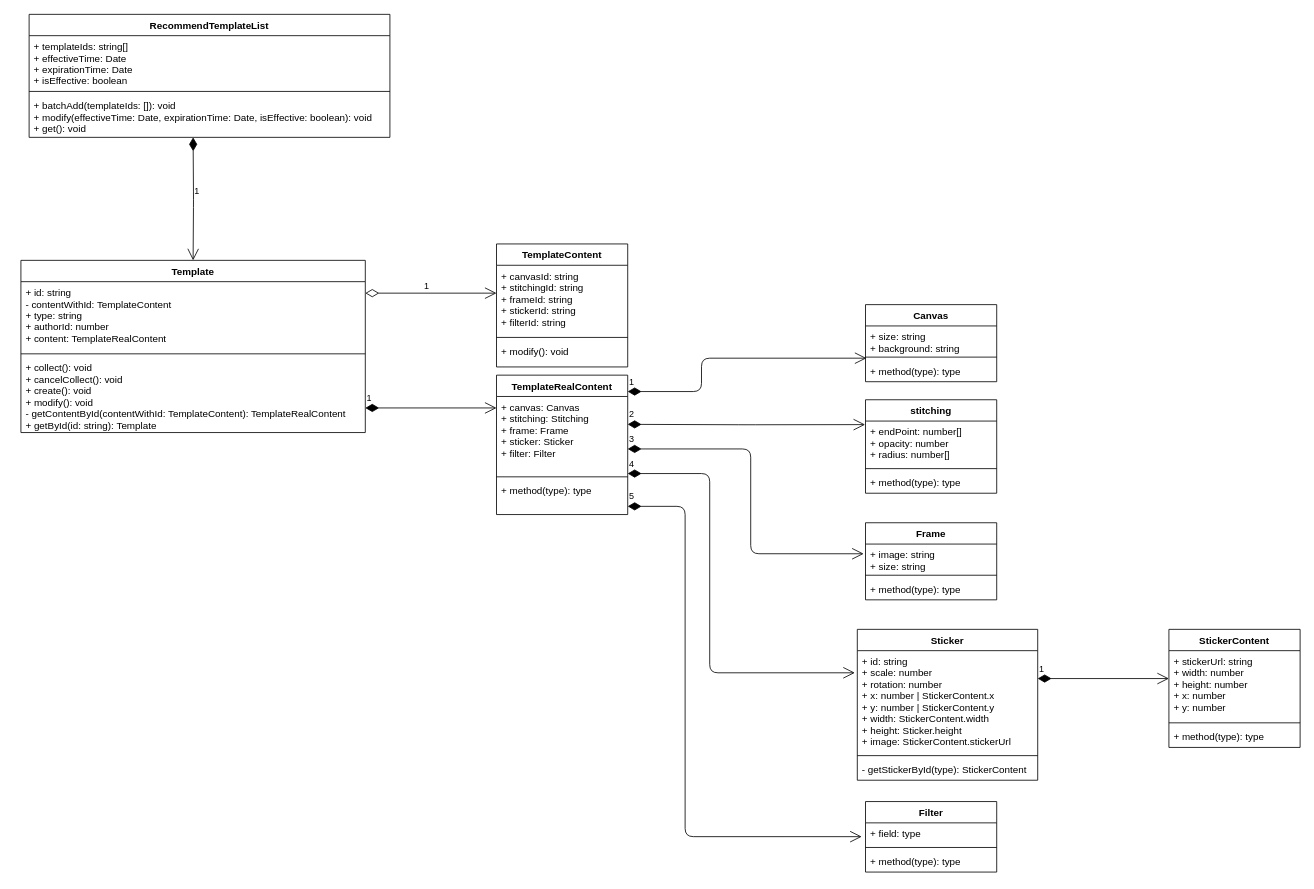
Earlier version of the draw.io diagram duitangFE/图文工具后台.drawio (HiWayne/UMLDesign). Source tidied: cells renumbered, new cells numbered last; positions are measured from the earlier drawing's top-left corner, leaving out a move shared by most shapes. Both pictures are drawn from the tidied source at 82%, with x=0, y=0 at pixel (20, 14).
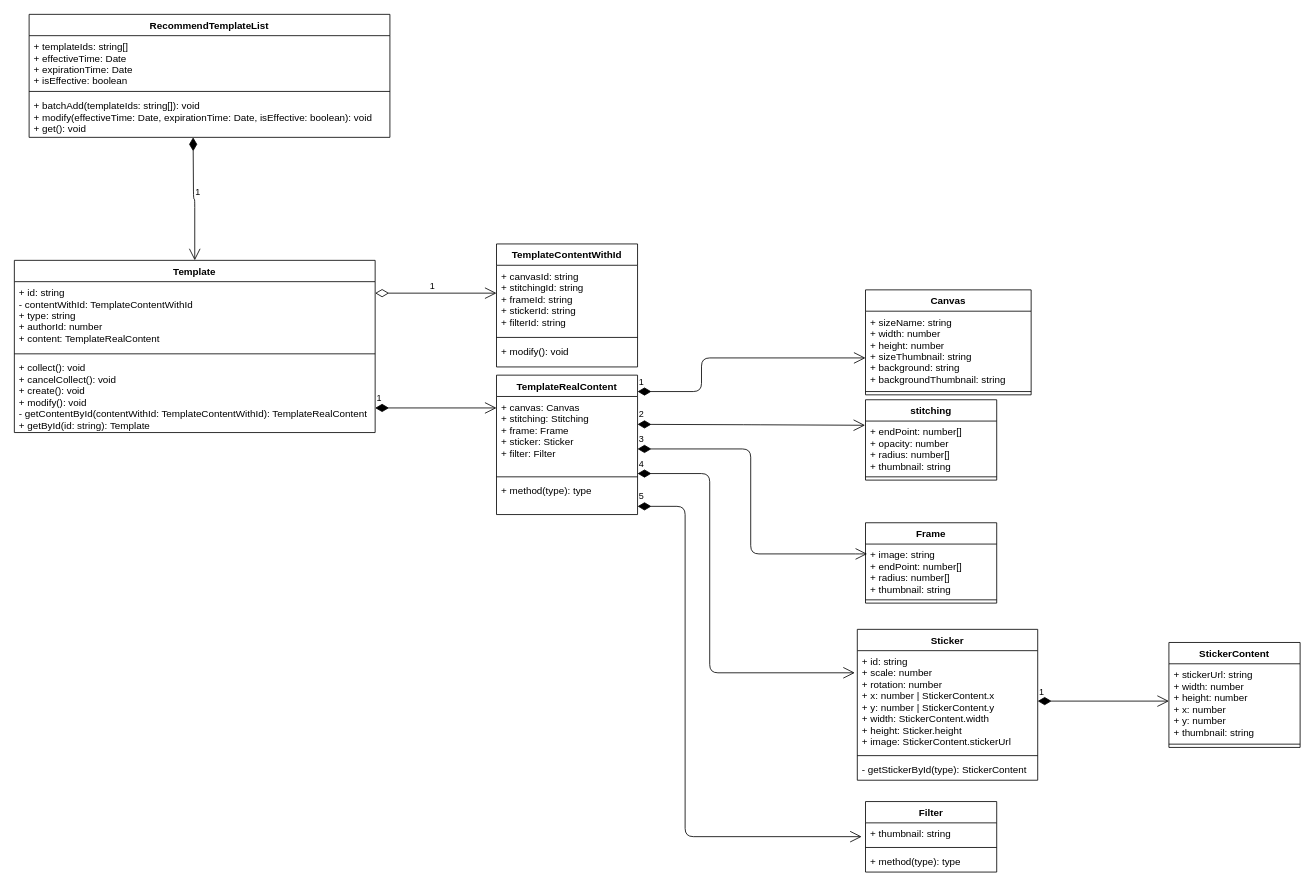
After the change.

Commit message:
Update 图文工具后台.drawio

The change refers to these unchanged cells:
```xml
<mxCell id="6" value="RecommendTemplateList" style="swimlane;fontStyle=1;align=center;verticalAlign=top;horizontal=1;startSize=26;" parent="1" vertex="1">
  <mxGeometry x="10" width="440" height="150" as="geometry" />
</mxCell>
<mxCell id="42" value="Filter" style="swimlane;fontStyle=1;align=center;verticalAlign=top;horizontal=1;startSize=26;html=0;" parent="1" vertex="1">
  <mxGeometry x="1030" y="960" width="160" height="86" as="geometry" />
</mxCell>
```

The edit, as a diff of the source:
```diff
@@
     <mxCell id="2" value="Template" style="swimlane;fontStyle=1;align=center;verticalAlign=top;horizontal=1;startSize=26;" parent="1" vertex="1">
-      <mxGeometry y="300" width="420" height="210" as="geometry" />
+      <mxGeometry x="-8" y="300" width="440" height="210" as="geometry" />
     </mxCell>
-    <mxCell id="3" value="+ id: string&#10;- contentWithId: TemplateContent&#10;+ type: string&#10;+ authorId: number&#10;+ content: TemplateRealContent" style="text;strokeColor=none;fillColor=none;align=left;verticalAlign=top;spacingLeft=4;spacingRight=4;overflow=hidden;" parent="2" vertex="1">
-      <mxGeometry y="26" width="420" height="84" as="geometry" />
+    <mxCell id="3" value="+ id: string&#10;- contentWithId: TemplateContentWithId&#10;+ type: string&#10;+ authorId: number&#10;+ content: TemplateRealContent" style="text;strokeColor=none;fillColor=none;align=left;verticalAlign=top;spacingLeft=4;spacingRight=4;overflow=hidden;" parent="2" vertex="1">
+      <mxGeometry y="26" width="440" height="84" as="geometry" />
     </mxCell>
     <mxCell id="4" style="line;strokeWidth=1;fillColor=none;align=left;verticalAlign=middle;spacingTop=-1;spacingLeft=3;spacingRight=3;labelPosition=right;" parent="2" vertex="1">
-      <mxGeometry y="110" width="420" height="8" as="geometry" />
+      <mxGeometry y="110" width="440" height="8" as="geometry" />
     </mxCell>
-    <mxCell id="5" value="+ collect(): void&#10;+ cancelCollect(): void&#10;+ create(): void&#10;+ modify(): void&#10;- getContentById(contentWithId: TemplateContent): TemplateRealContent&#10;+ getById(id: string): Template" style="text;strokeColor=none;fillColor=none;align=left;verticalAlign=top;spacingLeft=4;spacingRight=4;overflow=hidden;" parent="2" vertex="1">
-      <mxGeometry y="118" width="420" height="92" as="geometry" />
+    <mxCell id="5" value="+ collect(): void&#10;+ cancelCollect(): void&#10;+ create(): void&#10;+ modify(): void&#10;- getContentById(contentWithId: TemplateContentWithId): TemplateRealContent&#10;+ getById(id: string): Template" style="text;strokeColor=none;fillColor=none;align=left;verticalAlign=top;spacingLeft=4;spacingRight=4;overflow=hidden;" parent="2" vertex="1">
+      <mxGeometry y="118" width="440" height="92" as="geometry" />
     </mxCell>
@@
-    <mxCell id="9" value="+ batchAdd(templateIds: []): void&#10;+ modify(effectiveTime: Date, expirationTime: Date, isEffective: boolean): void&#10;+ get(): void" style="text;strokeColor=none;fillColor=none;align=left;verticalAlign=top;spacingLeft=4;spacingRight=4;overflow=hidden;" parent="6" vertex="1">
+    <mxCell id="9" value="+ batchAdd(templateIds: string[]): void&#10;+ modify(effectiveTime: Date, expirationTime: Date, isEffective: boolean): void&#10;+ get(): void" style="text;strokeColor=none;fillColor=none;align=left;verticalAlign=top;spacingLeft=4;spacingRight=4;overflow=hidden;" parent="6" vertex="1">
       <mxGeometry y="98" width="440" height="52" as="geometry" />
     </mxCell>
@@
     <mxCell id="11" value="1" style="endArrow=open;html=1;endSize=12;startArrow=diamondThin;startSize=14;startFill=0;edgeStyle=orthogonalEdgeStyle;align=left;verticalAlign=bottom;" parent="1" edge="1">
       <mxGeometry x="-0.12" relative="1" as="geometry">
-        <mxPoint x="420" y="340" as="sourcePoint" />
+        <mxPoint x="432" y="340" as="sourcePoint" />
         <mxPoint x="580" y="340" as="targetPoint" />
       </mxGeometry>
     </mxCell>
-    <mxCell id="12" value="TemplateContent" style="swimlane;fontStyle=1;align=center;verticalAlign=top;horizontal=1;startSize=26;html=0;" parent="1" vertex="1">
-      <mxGeometry x="580" y="280" width="160" height="150" as="geometry" />
+    <mxCell id="12" value="TemplateContentWithId" style="swimlane;fontStyle=1;align=center;verticalAlign=top;horizontal=1;startSize=26;html=0;" parent="1" vertex="1">
+      <mxGeometry x="580" y="280" width="172" height="150" as="geometry" />
     </mxCell>
     <mxCell id="13" value="+ canvasId: string&#10;+ stitchingId: string&#10;+ frameId: string&#10;+ stickerId: string&#10;+ filterId: string" style="text;strokeColor=none;fillColor=none;align=left;verticalAlign=top;spacingLeft=4;spacingRight=4;overflow=hidden;" parent="12" vertex="1">
-      <mxGeometry y="26" width="160" height="84" as="geometry" />
+      <mxGeometry y="26" width="172" height="84" as="geometry" />
     </mxCell>
     <mxCell id="14" style="line;strokeWidth=1;fillColor=none;align=left;verticalAlign=middle;spacingTop=-1;spacingLeft=3;spacingRight=3;labelPosition=right;" parent="12" vertex="1">
-      <mxGeometry y="110" width="160" height="8" as="geometry" />
+      <mxGeometry y="110" width="172" height="8" as="geometry" />
     </mxCell>
     <mxCell id="15" value="+ modify(): void" style="text;strokeColor=none;fillColor=none;align=left;verticalAlign=top;spacingLeft=4;spacingRight=4;overflow=hidden;" parent="12" vertex="1">
-      <mxGeometry y="118" width="160" height="32" as="geometry" />
+      <mxGeometry y="118" width="172" height="32" as="geometry" />
     </mxCell>
     <mxCell id="16" value="1" style="endArrow=open;html=1;endSize=12;startArrow=diamondThin;startSize=14;startFill=1;edgeStyle=orthogonalEdgeStyle;align=left;verticalAlign=bottom;" parent="1" edge="1">
       <mxGeometry x="-1" y="3" relative="1" as="geometry">
-        <mxPoint x="420" y="480" as="sourcePoint" />
+        <mxPoint x="432" y="480" as="sourcePoint" />
         <mxPoint x="580" y="480" as="targetPoint" />
       </mxGeometry>
     </mxCell>
     <mxCell id="17" value="TemplateRealContent" style="swimlane;fontStyle=1;align=center;verticalAlign=top;horizontal=1;startSize=26;html=0;" parent="1" vertex="1">
-      <mxGeometry x="580" y="440" width="160" height="170" as="geometry" />
+      <mxGeometry x="580" y="440" width="172" height="170" as="geometry" />
     </mxCell>
     <mxCell id="18" value="+ canvas: Canvas&#10;+ stitching: Stitching&#10;+ frame: Frame&#10;+ sticker: Sticker&#10;+ filter: Filter" style="text;strokeColor=none;fillColor=none;align=left;verticalAlign=top;spacingLeft=4;spacingRight=4;overflow=hidden;" parent="17" vertex="1">
-      <mxGeometry y="26" width="160" height="94" as="geometry" />
+      <mxGeometry y="26" width="172" height="94" as="geometry" />
     </mxCell>
     <mxCell id="19" style="line;strokeWidth=1;fillColor=none;align=left;verticalAlign=middle;spacingTop=-1;spacingLeft=3;spacingRight=3;labelPosition=right;" parent="17" vertex="1">
-      <mxGeometry y="120" width="160" height="8" as="geometry" />
+      <mxGeometry y="120" width="172" height="8" as="geometry" />
     </mxCell>
     <mxCell id="20" value="+ method(type): type" style="text;strokeColor=none;fillColor=none;align=left;verticalAlign=top;spacingLeft=4;spacingRight=4;overflow=hidden;" parent="17" vertex="1">
-      <mxGeometry y="128" width="160" height="42" as="geometry" />
+      <mxGeometry y="128" width="172" height="42" as="geometry" />
     </mxCell>
-    <mxCell id="21" value="1" style="endArrow=open;html=1;endSize=12;startArrow=diamondThin;startSize=14;startFill=1;edgeStyle=orthogonalEdgeStyle;align=left;verticalAlign=bottom;entryX=0.007;entryY=0.664;entryDx=0;entryDy=0;entryPerimeter=0;" parent="1" edge="1" target="28">
+    <mxCell id="21" value="1" style="endArrow=open;html=1;endSize=12;startArrow=diamondThin;startSize=14;startFill=1;edgeStyle=orthogonalEdgeStyle;align=left;verticalAlign=bottom;" parent="1" edge="1" target="27">
       <mxGeometry x="-1" y="3" relative="1" as="geometry">
-        <mxPoint x="740" y="460" as="sourcePoint" />
+        <mxPoint x="752" y="460" as="sourcePoint" />
         <Array as="points">
           <mxPoint x="830" y="460" />
           <mxPoint x="830" y="419" />
         </Array>
       </mxGeometry>
     </mxCell>
     <mxCell id="22" value="2" style="endArrow=open;html=1;endSize=12;startArrow=diamondThin;startSize=14;startFill=1;edgeStyle=orthogonalEdgeStyle;align=left;verticalAlign=bottom;entryX=-0.003;entryY=0.08;entryDx=0;entryDy=0;entryPerimeter=0;" parent="1" edge="1" target="31">
       <mxGeometry x="-1" y="3" relative="1" as="geometry">
-        <mxPoint x="740" y="500" as="sourcePoint" />
+        <mxPoint x="752" y="500" as="sourcePoint" />
       </mxGeometry>
     </mxCell>
-    <mxCell id="23" value="3" style="endArrow=open;html=1;endSize=12;startArrow=diamondThin;startSize=14;startFill=1;edgeStyle=orthogonalEdgeStyle;align=left;verticalAlign=bottom;entryX=-0.014;entryY=0.348;entryDx=0;entryDy=0;entryPerimeter=0;" parent="1" edge="1" target="39">
+    <mxCell id="23" value="3" style="endArrow=open;html=1;endSize=12;startArrow=diamondThin;startSize=14;startFill=1;edgeStyle=orthogonalEdgeStyle;align=left;verticalAlign=bottom;" parent="1" edge="1">
       <mxGeometry x="-1" y="3" relative="1" as="geometry">
-        <mxPoint x="740" y="530" as="sourcePoint" />
+        <mxPoint x="752" y="530" as="sourcePoint" />
+        <mxPoint x="1032" y="658" as="targetPoint" />
         <Array as="points">
           <mxPoint x="890" y="530" />
           <mxPoint x="890" y="658" />
+          <mxPoint x="1028" y="658" />
         </Array>
       </mxGeometry>
     </mxCell>
     <mxCell id="24" value="4" style="endArrow=open;html=1;endSize=12;startArrow=diamondThin;startSize=14;startFill=1;edgeStyle=orthogonalEdgeStyle;align=left;verticalAlign=bottom;" parent="1" edge="1">
       <mxGeometry x="-1" y="3" relative="1" as="geometry">
-        <mxPoint x="740" y="560" as="sourcePoint" />
+        <mxPoint x="752" y="560" as="sourcePoint" />
         <mxPoint x="1017" y="803" as="targetPoint" />
         <Array as="points">
           <mxPoint x="840" y="560" />
           <mxPoint x="840" y="803" />
         </Array>
       </mxGeometry>
     </mxCell>
     <mxCell id="25" value="5" style="endArrow=open;html=1;endSize=12;startArrow=diamondThin;startSize=14;startFill=1;edgeStyle=orthogonalEdgeStyle;align=left;verticalAlign=bottom;entryX=-0.029;entryY=0.647;entryDx=0;entryDy=0;entryPerimeter=0;" parent="1" edge="1" target="43">
       <mxGeometry x="-1" y="3" relative="1" as="geometry">
-        <mxPoint x="740" y="600" as="sourcePoint" />
+        <mxPoint x="752" y="600" as="sourcePoint" />
         <Array as="points">
           <mxPoint x="810" y="600" />
           <mxPoint x="810" y="1003" />
         </Array>
       </mxGeometry>
     </mxCell>
     <mxCell id="26" value="Canvas" style="swimlane;fontStyle=1;align=center;verticalAlign=top;horizontal=1;startSize=26;html=0;" parent="1" vertex="1">
-      <mxGeometry x="1030" y="354" width="160" height="94" as="geometry" />
+      <mxGeometry x="1030" y="336" width="202" height="128" as="geometry" />
     </mxCell>
-    <mxCell id="27" value="+ size: string&#10;+ background: string" style="text;strokeColor=none;fillColor=none;align=left;verticalAlign=top;spacingLeft=4;spacingRight=4;overflow=hidden;points=[[0,0.5],[1,0.5]];portConstraint=eastwest;" parent="26" vertex="1">
-      <mxGeometry y="26" width="160" height="34" as="geometry" />
+    <mxCell id="27" value="+ sizeName: string&#10;+ width: number&#10;+ height: number&#10;+ sizeThumbnail: string&#10;+ background: string&#10;+ backgroundThumbnail: string" style="text;strokeColor=none;fillColor=none;align=left;verticalAlign=top;spacingLeft=4;spacingRight=4;overflow=hidden;points=[[0,0.5],[1,0.5]];portConstraint=eastwest;" parent="26" vertex="1">
+      <mxGeometry y="26" width="202" height="94" as="geometry" />
     </mxCell>
     <mxCell id="28" style="line;strokeWidth=1;fillColor=none;align=left;verticalAlign=middle;spacingTop=-1;spacingLeft=3;spacingRight=3;labelPosition=right;points=[];portConstraint=eastwest;" parent="26" vertex="1">
-      <mxGeometry y="60" width="160" height="8" as="geometry" />
+      <mxGeometry y="120" width="202" height="8" as="geometry" />
     </mxCell>
-    <mxCell id="29" value="+ method(type): type" style="text;strokeColor=none;fillColor=none;align=left;verticalAlign=top;spacingLeft=4;spacingRight=4;overflow=hidden;" parent="26" vertex="1">
-      <mxGeometry y="68" width="160" height="26" as="geometry" />
-    </mxCell>
     <mxCell id="30" value="stitching" style="swimlane;fontStyle=1;align=center;verticalAlign=top;horizontal=1;startSize=26;html=0;" parent="1" vertex="1">
-      <mxGeometry x="1030" y="470" width="160" height="114" as="geometry" />
+      <mxGeometry x="1030" y="470" width="160" height="98" as="geometry" />
     </mxCell>
-    <mxCell id="31" value="+ endPoint: number[]&#10;+ opacity: number&#10;+ radius: number[]" style="text;strokeColor=none;fillColor=none;align=left;verticalAlign=top;spacingLeft=4;spacingRight=4;overflow=hidden;points=[[0,0.5],[1,0.5]];portConstraint=eastwest;" parent="30" vertex="1">
-      <mxGeometry y="26" width="160" height="54" as="geometry" />
+    <mxCell id="31" value="+ endPoint: number[]&#10;+ opacity: number&#10;+ radius: number[]&#10;+ thumbnail: string" style="text;strokeColor=none;fillColor=none;align=left;verticalAlign=top;spacingLeft=4;spacingRight=4;overflow=hidden;points=[[0,0.5],[1,0.5]];portConstraint=eastwest;" parent="30" vertex="1">
+      <mxGeometry y="26" width="160" height="64" as="geometry" />
     </mxCell>
     <mxCell id="32" style="line;strokeWidth=1;fillColor=none;align=left;verticalAlign=middle;spacingTop=-1;spacingLeft=3;spacingRight=3;labelPosition=right;" parent="30" vertex="1">
-      <mxGeometry y="80" width="160" height="8" as="geometry" />
+      <mxGeometry y="90" width="160" height="8" as="geometry" />
     </mxCell>
-    <mxCell id="33" value="+ method(type): type" style="text;strokeColor=none;fillColor=none;align=left;verticalAlign=top;spacingLeft=4;spacingRight=4;overflow=hidden;" parent="30" vertex="1">
-      <mxGeometry y="88" width="160" height="26" as="geometry" />
-    </mxCell>
@@
     <mxCell id="38" value="Frame" style="swimlane;fontStyle=1;align=center;verticalAlign=top;horizontal=1;startSize=26;html=0;" parent="1" vertex="1">
-      <mxGeometry x="1030" y="620" width="160" height="94" as="geometry" />
+      <mxGeometry x="1030" y="620" width="160" height="98" as="geometry" />
     </mxCell>
-    <mxCell id="39" value="+ image: string&#10;+ size: string" style="text;strokeColor=none;fillColor=none;align=left;verticalAlign=top;spacingLeft=4;spacingRight=4;overflow=hidden;points=[[0,0.5],[1,0.5]];portConstraint=eastwest;" parent="38" vertex="1">
-      <mxGeometry y="26" width="160" height="34" as="geometry" />
+    <mxCell id="39" value="+ image: string&#10;+ endPoint: number[]&#10;+ radius: number[]&#10;+ thumbnail: string" style="text;strokeColor=none;fillColor=none;align=left;verticalAlign=top;spacingLeft=4;spacingRight=4;overflow=hidden;points=[[0,0.5],[1,0.5]];portConstraint=eastwest;" parent="38" vertex="1">
+      <mxGeometry y="26" width="160" height="64" as="geometry" />
     </mxCell>
     <mxCell id="40" style="line;strokeWidth=1;fillColor=none;align=left;verticalAlign=middle;spacingTop=-1;spacingLeft=3;spacingRight=3;labelPosition=right;" parent="38" vertex="1">
-      <mxGeometry y="60" width="160" height="8" as="geometry" />
+      <mxGeometry y="90" width="160" height="8" as="geometry" />
     </mxCell>
-    <mxCell id="41" value="+ method(type): type" style="text;strokeColor=none;fillColor=none;align=left;verticalAlign=top;spacingLeft=4;spacingRight=4;overflow=hidden;" parent="38" vertex="1">
-      <mxGeometry y="68" width="160" height="26" as="geometry" />
-    </mxCell>
@@
-    <mxCell id="43" value="+ field: type" style="text;strokeColor=none;fillColor=none;align=left;verticalAlign=top;spacingLeft=4;spacingRight=4;overflow=hidden;points=[[0,0.5],[1,0.5]];portConstraint=eastwest;" parent="42" vertex="1">
+    <mxCell id="43" value="+ thumbnail: string" style="text;strokeColor=none;fillColor=none;align=left;verticalAlign=top;spacingLeft=4;spacingRight=4;overflow=hidden;points=[[0,0.5],[1,0.5]];portConstraint=eastwest;" parent="42" vertex="1">
       <mxGeometry y="26" width="160" height="26" as="geometry" />
     </mxCell>
@@
     <mxCell id="46" value="StickerContent" style="swimlane;fontStyle=1;align=center;verticalAlign=top;horizontal=1;startSize=26;html=0;" parent="1" vertex="1">
-      <mxGeometry x="1400" y="750" width="160" height="144" as="geometry" />
+      <mxGeometry x="1400" y="766" width="160" height="128" as="geometry" />
     </mxCell>
-    <mxCell id="47" value="+ stickerUrl: string&#10;+ width: number&#10;+ height: number&#10;+ x: number&#10;+ y: number" style="text;strokeColor=none;fillColor=none;align=left;verticalAlign=top;spacingLeft=4;spacingRight=4;overflow=hidden;" parent="46" vertex="1">
-      <mxGeometry y="26" width="160" height="84" as="geometry" />
+    <mxCell id="47" value="+ stickerUrl: string&#10;+ width: number&#10;+ height: number&#10;+ x: number&#10;+ y: number&#10;+ thumbnail: string" style="text;strokeColor=none;fillColor=none;align=left;verticalAlign=top;spacingLeft=4;spacingRight=4;overflow=hidden;" parent="46" vertex="1">
+      <mxGeometry y="26" width="160" height="94" as="geometry" />
     </mxCell>
     <mxCell id="48" style="line;strokeWidth=1;fillColor=none;align=left;verticalAlign=middle;spacingTop=-1;spacingLeft=3;spacingRight=3;labelPosition=right;" parent="46" vertex="1">
-      <mxGeometry y="110" width="160" height="8" as="geometry" />
+      <mxGeometry y="120" width="160" height="8" as="geometry" />
     </mxCell>
-    <mxCell id="49" value="+ method(type): type" style="text;strokeColor=none;fillColor=none;align=left;verticalAlign=top;spacingLeft=4;spacingRight=4;overflow=hidden;" parent="46" vertex="1">
-      <mxGeometry y="118" width="160" height="26" as="geometry" />
-    </mxCell>
     <mxCell id="50" value="1" style="endArrow=open;html=1;endSize=12;startArrow=diamondThin;startSize=14;startFill=1;edgeStyle=orthogonalEdgeStyle;align=left;verticalAlign=bottom;" parent="1" edge="1">
       <mxGeometry x="-1" y="3" relative="1" as="geometry">
-        <mxPoint x="1240" y="810" as="sourcePoint" />
-        <mxPoint x="1400" y="810" as="targetPoint" />
+        <mxPoint x="1240" y="837.5" as="sourcePoint" />
+        <mxPoint x="1400" y="837.5" as="targetPoint" />
       </mxGeometry>
     </mxCell>
```
